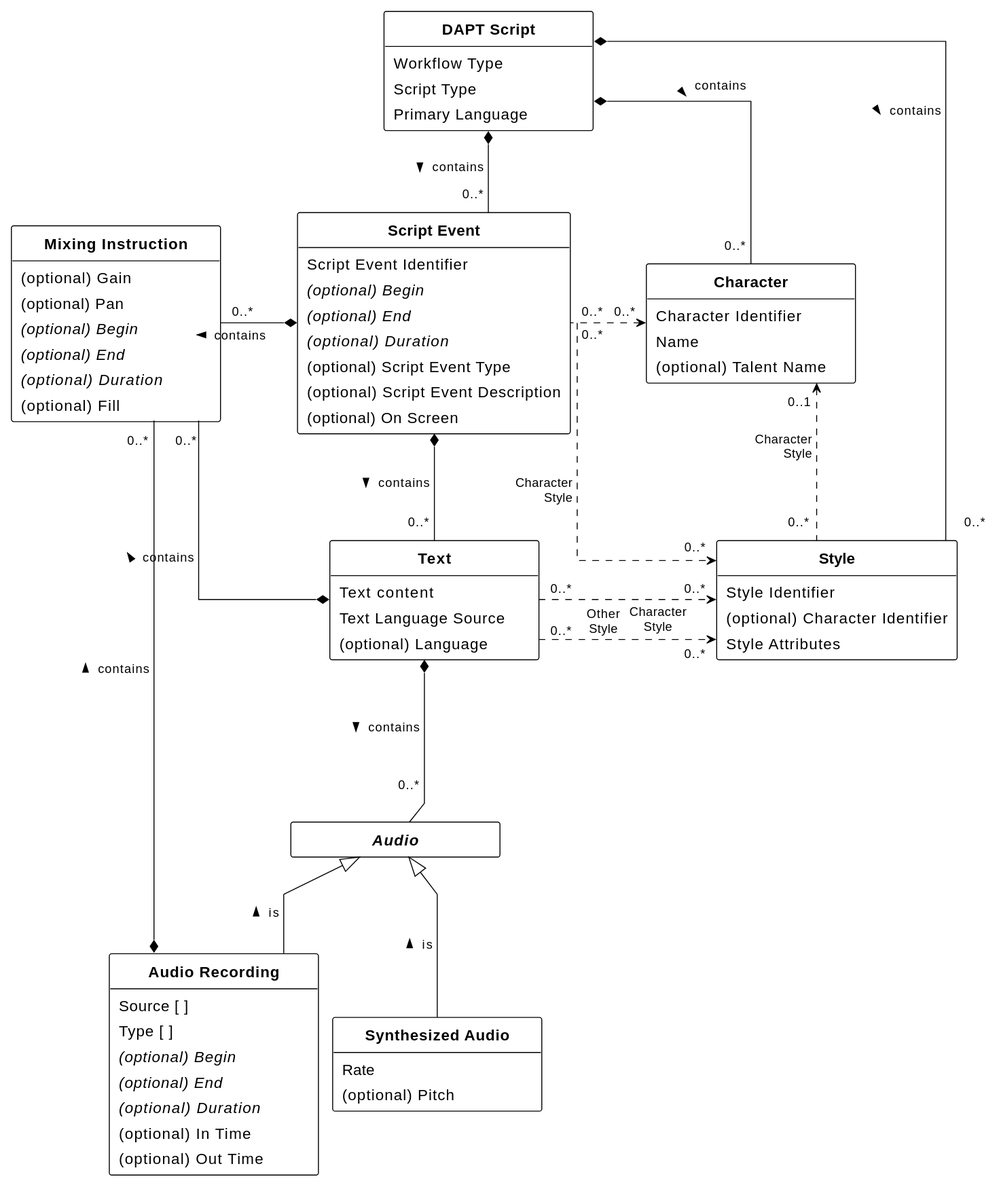
Earlier version of the PlantUML export figures/class-diagram.svg (w3c/dapt).
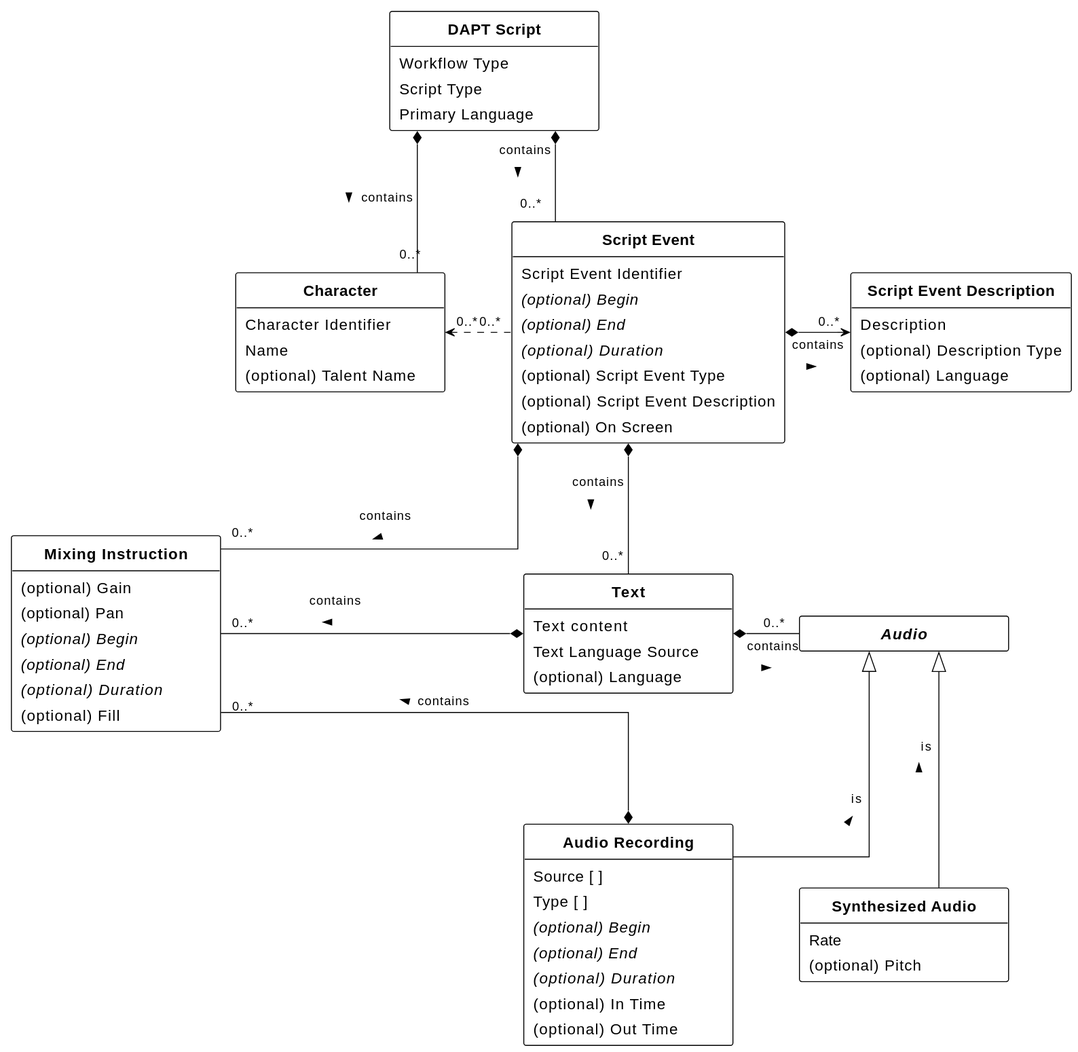
After the change.

Commit message:
Split Script Event Description out as a separate object (#181)

Change to the diagram source:
```diff
@@ -1,22 +1,27 @@
-@startuml class-diagram
+@startuml
 !theme plain
-!pragma ratio 1.3
-skinparam groupInheritance 2
+!pragma ratio 1
 skinparam linetype ortho
 skinparam DefaultFontName sans-serif
 skinparam DefaultFontSize 16
 skinparam ArrowFontSize 13
 skinparam ArrowMessageAlignment direction
 skinparam Padding 4
-skinparam Nodesep 15
-skinparam Ranksep 20
+skinparam Nodesep 70
+skinparam Ranksep 80
 skinparam MinClassWidth 220
 
+Class DAPTScript as "**DAPT Script**" [[#dapt-script]] {
+    Workflow Type [[[#workflow-type]]]
+    Script Type [[[#script-type]]]
+    Primary Language [[[#primary-language]]]
+}
+
 together {
-    Class DAPTScript as "**DAPT Script**" [[#dapt-script]] {
-        Workflow Type [[[#workflow-type]]]
-        Script Type [[[#script-type]]]
-        Primary Language [[[#primary-language]]]
+    Class Character as "**Character**" [[#character]] {
+        Character Identifier [[[#dfn-character-identifier]]]
+        Name [[[#dfn-character-name]]]
+        {field} (optional) Talent Name [[[#dfn-character-talent-name]]]
     }
 
     Class ScriptEvent as "**Script Event**" [[#script-event]] {
@@ -29,23 +34,17 @@
         {field} (optional) On Screen [[[#on-screen]]]
     }
 
+    Class ScriptEventDescription as "**Script Event Description**" [[#dfn-script-event-description]] {
+        {field} Description
+        {field} (optional) Description Type [[[#dfn-description-type]]]
+        {field} (optional) Language
+    }
+
     Class Text as "**Text**" [[#text]] {
         Text content [[[#dfn-text]]]
         Text Language Source [[[#text-language-source]]]
         {field} (optional) Language
     }
-}
-
-Class Character as "**Character**" [[#character]] {
-    Character Identifier [[[#dfn-character-identifier]]]
-    Name [[[#dfn-character-name]]]
-    {field} (optional) Talent Name [[[#dfn-character-talent-name]]]
-}
-
-Class Style as "**Style**" {
-    Style Identifier
-    {field} (optional) Character Identifier [[[#dfn-character-identifier]]]
-    Style Attributes
 }
 
 together {
@@ -80,26 +79,22 @@
 
 
 
-DAPTScript *-down- "0..* " ScriptEvent : contains >
-DAPTScript *-right- "0..*" Character : contains\r >
-DAPTScript *-right- "0..*  " Style : contains >
-Character "0..1  " <.down. "0..*" Style [[#dfn-character-style]] : Character\rStyle
-ScriptEvent "0..*" .right.> "0..*" Style [[#dfn-character-style]] : Character\rStyle
-ScriptEvent *-left- "0..*" MixingInstruction : contains >
-Text "0..*" .right.> "0..*" Style [[#dfn-character-style]] : Character\nStyle
-Text "0..*" .right.> "0..*" Style : Other\nStyle
-Text *-down- "0..* " Audio : contains >
-Text *-left- "0..* " MixingInstruction : contains >
-ScriptEvent *-down- "0..*" Text : contains >
-ScriptEvent "0..*" .left.> "0..*" Character
-AudioRecording *-left- "0..* " MixingInstruction : contains >
-Audio <|-- SynthesizedAudio : is <
-Audio <|-- AudioRecording : is <
+DAPTScript *-down- "0..* " ScriptEvent : contains\n >
+DAPTScript *-- "0..*" Character : contains >
+ScriptEvent *-down- "0..*" MixingInstruction : contains\n >
+Text *-left- "0..* " Audio : contains\n <
+Text *-- "0..* " MixingInstruction : contains\n >
+Character "0..*" <.right. "0..*" ScriptEvent
+ScriptEvent *-left> "0..*" ScriptEventDescription : contains\n <
+ScriptEvent *-down- "0..*" Text : contains\n >
+AudioRecording *-- "0..* " MixingInstruction : contains >
+Audio <|-down- SynthesizedAudio : is\n <
+Audio <|-down- AudioRecording : is\n <
 
 SynthesizedAudio -[hidden]r- AudioRecording
 
-DAPTScript -[hidden]right- Style
-Character -[hidden]down- Style
+AudioRecording -[hidden]left- SynthesizedAudio
+Audio -[hidden]left- MixingInstruction
 
 hide empty members
 hide circle
```
